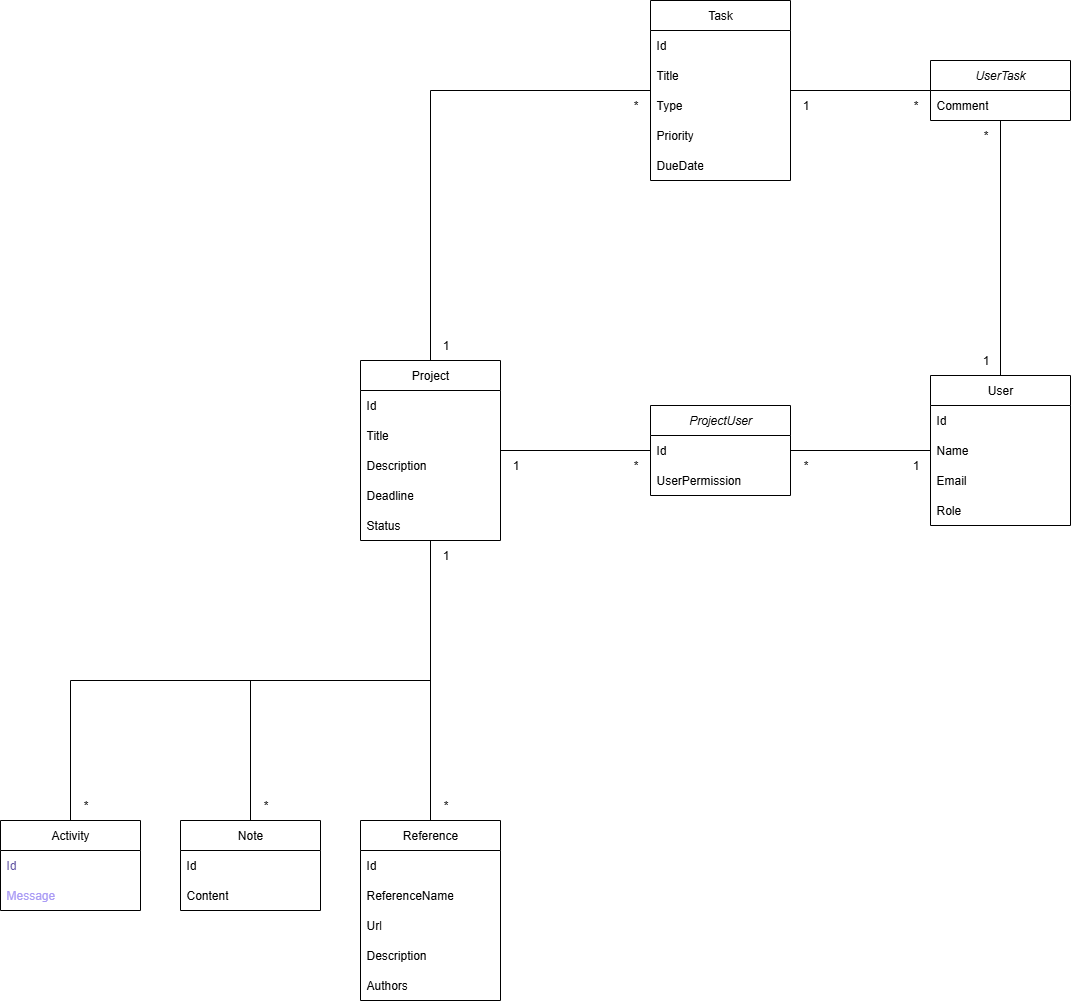
ThanhVinhTong/project-nexus keeps this draw.io diagram as backend/project-nexus-db.drawio.png. Above is the earlier version. Source tidied: cells renumbered, new cells last; positions are measured from the earlier drawing's top-left corner, leaving out a move shared by most shapes. The source it was exported from:
```xml
<mxGraphModel>
  <root>
    <mxCell id="0" />
    <mxCell id="1" parent="0" />
    <mxCell id="2" style="edgeStyle=orthogonalEdgeStyle;rounded=0;jettySize=auto;html=1;exitX=0.5;exitY=0;exitDx=0;exitDy=0;endArrow=none;endFill=0;" parent="1" edge="1" source="13" target="31">
      <mxGeometry relative="1" as="geometry" />
    </mxCell>
    <mxCell id="3" style="edgeStyle=orthogonalEdgeStyle;rounded=0;jettySize=auto;html=1;endArrow=none;endFill=0;exitX=0.5;exitY=0;exitDx=0;exitDy=0;" parent="1" edge="1" source="18" target="31">
      <mxGeometry relative="1" as="geometry" />
    </mxCell>
    <mxCell id="4" style="edgeStyle=orthogonalEdgeStyle;rounded=0;jettySize=auto;html=1;exitX=0.5;exitY=0;exitDx=0;exitDy=0;endArrow=none;endFill=0;" parent="1" edge="1" source="23" target="31">
      <mxGeometry relative="1" as="geometry" />
    </mxCell>
    <mxCell id="5" style="edgeStyle=orthogonalEdgeStyle;rounded=0;jettySize=auto;html=1;entryX=1;entryY=0.5;entryDx=0;entryDy=0;endArrow=none;endFill=0;" parent="1" edge="1" source="7" target="38">
      <mxGeometry relative="1" as="geometry" />
    </mxCell>
    <mxCell id="6" style="edgeStyle=orthogonalEdgeStyle;rounded=0;jettySize=auto;html=1;endArrow=none;endFill=0;" parent="1" edge="1" source="7" target="46">
      <mxGeometry relative="1" as="geometry" />
    </mxCell>
    <mxCell id="7" value="User" style="swimlane;fontStyle=0;horizontal=1;startSize=30;whiteSpace=wrap;html=1;" parent="1" vertex="1">
      <mxGeometry x="930" y="375" width="140" height="150" as="geometry" />
    </mxCell>
    <mxCell id="8" value="Id" style="text;strokeColor=none;fillColor=none;align=left;verticalAlign=middle;spacingLeft=4;spacingRight=4;overflow=hidden;whiteSpace=wrap;html=1;" parent="7" vertex="1">
      <mxGeometry y="30" width="140" height="30" as="geometry" />
    </mxCell>
    <mxCell id="9" value="Name" style="text;strokeColor=none;fillColor=none;align=left;verticalAlign=middle;spacingLeft=4;spacingRight=4;overflow=hidden;whiteSpace=wrap;html=1;" parent="7" vertex="1">
      <mxGeometry y="60" width="140" height="30" as="geometry" />
    </mxCell>
    <mxCell id="10" value="Email" style="text;strokeColor=none;fillColor=none;align=left;verticalAlign=middle;spacingLeft=4;spacingRight=4;overflow=hidden;whiteSpace=wrap;html=1;" parent="7" vertex="1">
      <mxGeometry y="90" width="140" height="30" as="geometry" />
    </mxCell>
    <mxCell id="11" value="Role" style="text;strokeColor=none;fillColor=none;align=left;verticalAlign=middle;spacingLeft=4;spacingRight=4;overflow=hidden;whiteSpace=wrap;html=1;" parent="7" vertex="1">
      <mxGeometry y="120" width="140" height="30" as="geometry" />
    </mxCell>
    <mxCell id="12" style="group;" parent="1" vertex="1">
      <mxGeometry y="790" width="140" height="120" as="geometry" />
    </mxCell>
    <mxCell id="13" value="Activity" style="swimlane;fontStyle=0;horizontal=1;startSize=30;whiteSpace=wrap;html=1;" parent="12" vertex="1">
      <mxGeometry y="30" width="140" height="90" as="geometry" />
    </mxCell>
    <mxCell id="14" value="&lt;div style=&quot;line-height: 19px; white-space: pre;&quot;&gt;&lt;font face=&quot;Helvetica&quot; style=&quot;color: light-dark(rgb(100, 87, 165), rgb(255, 255, 255));&quot;&gt;Id&lt;/font&gt;&lt;/div&gt;" style="text;strokeColor=none;fillColor=none;align=left;verticalAlign=middle;spacingLeft=4;spacingRight=4;overflow=hidden;whiteSpace=wrap;html=1;" parent="13" vertex="1">
      <mxGeometry y="30" width="140" height="30" as="geometry" />
    </mxCell>
    <mxCell id="15" value="&lt;div style=&quot;line-height: 19px; white-space: pre;&quot;&gt;&lt;font style=&quot;color: light-dark(rgb(170, 155, 245), rgb(255, 255, 255));&quot;&gt;Message&lt;/font&gt;&lt;/div&gt;" style="text;strokeColor=none;fillColor=none;align=left;verticalAlign=middle;spacingLeft=4;spacingRight=4;overflow=hidden;whiteSpace=wrap;html=1;" parent="13" vertex="1">
      <mxGeometry y="60" width="140" height="30" as="geometry" />
    </mxCell>
    <mxCell id="16" value="*" style="text;html=1;align=center;verticalAlign=middle;strokeColor=none;fillColor=none;" parent="12" vertex="1">
      <mxGeometry x="70" width="30" height="30" as="geometry" />
    </mxCell>
    <mxCell id="17" style="group;" parent="1" vertex="1">
      <mxGeometry x="180" y="790" width="140" height="120" as="geometry" />
    </mxCell>
    <mxCell id="18" value="Note" style="swimlane;fontStyle=0;horizontal=1;startSize=30;whiteSpace=wrap;html=1;" parent="17" vertex="1">
      <mxGeometry y="30" width="140" height="90" as="geometry" />
    </mxCell>
    <mxCell id="19" value="Id" style="text;strokeColor=none;fillColor=none;align=left;verticalAlign=middle;spacingLeft=4;spacingRight=4;overflow=hidden;whiteSpace=wrap;html=1;" parent="18" vertex="1">
      <mxGeometry y="30" width="140" height="30" as="geometry" />
    </mxCell>
    <mxCell id="20" value="Content" style="text;strokeColor=none;fillColor=none;align=left;verticalAlign=middle;spacingLeft=4;spacingRight=4;overflow=hidden;whiteSpace=wrap;html=1;" parent="18" vertex="1">
      <mxGeometry y="60" width="140" height="30" as="geometry" />
    </mxCell>
    <mxCell id="21" value="*" style="text;html=1;align=center;verticalAlign=middle;strokeColor=none;fillColor=none;" parent="17" vertex="1">
      <mxGeometry x="70" width="30" height="30" as="geometry" />
    </mxCell>
    <mxCell id="22" style="group;" parent="1" vertex="1">
      <mxGeometry x="360" y="790" width="140" height="210" as="geometry" />
    </mxCell>
    <mxCell id="23" value="Reference" style="swimlane;fontStyle=0;horizontal=1;startSize=30;whiteSpace=wrap;html=1;" parent="22" vertex="1">
      <mxGeometry y="30" width="140" height="180" as="geometry" />
    </mxCell>
    <mxCell id="24" value="Id" style="text;strokeColor=none;fillColor=none;align=left;verticalAlign=middle;spacingLeft=4;spacingRight=4;overflow=hidden;whiteSpace=wrap;html=1;" parent="23" vertex="1">
      <mxGeometry y="30" width="140" height="30" as="geometry" />
    </mxCell>
    <mxCell id="25" value="ReferenceName" style="text;strokeColor=none;fillColor=none;align=left;verticalAlign=middle;spacingLeft=4;spacingRight=4;overflow=hidden;whiteSpace=wrap;html=1;" parent="23" vertex="1">
      <mxGeometry y="60" width="140" height="30" as="geometry" />
    </mxCell>
    <mxCell id="26" value="Url" style="text;strokeColor=none;fillColor=none;align=left;verticalAlign=middle;spacingLeft=4;spacingRight=4;overflow=hidden;whiteSpace=wrap;html=1;" parent="23" vertex="1">
      <mxGeometry y="90" width="140" height="30" as="geometry" />
    </mxCell>
    <mxCell id="27" value="Description" style="text;strokeColor=none;fillColor=none;align=left;verticalAlign=middle;spacingLeft=4;spacingRight=4;overflow=hidden;whiteSpace=wrap;html=1;" parent="23" vertex="1">
      <mxGeometry y="120" width="140" height="30" as="geometry" />
    </mxCell>
    <mxCell id="28" value="Authors" style="text;strokeColor=none;fillColor=none;align=left;verticalAlign=middle;spacingLeft=4;spacingRight=4;overflow=hidden;whiteSpace=wrap;html=1;" parent="23" vertex="1">
      <mxGeometry y="150" width="140" height="30" as="geometry" />
    </mxCell>
    <mxCell id="29" value="*" style="text;html=1;align=center;verticalAlign=middle;strokeColor=none;fillColor=none;" parent="22" vertex="1">
      <mxGeometry x="70" width="30" height="30" as="geometry" />
    </mxCell>
    <mxCell id="30" style="group;" parent="1" vertex="1">
      <mxGeometry x="360" y="360" width="140" height="210" as="geometry" />
    </mxCell>
    <mxCell id="31" value="Project" style="swimlane;fontStyle=0;horizontal=1;startSize=30;whiteSpace=wrap;html=1;" parent="30" vertex="1">
      <mxGeometry width="140" height="180" as="geometry" />
    </mxCell>
    <mxCell id="32" value="Id" style="text;strokeColor=none;fillColor=none;align=left;verticalAlign=middle;spacingLeft=4;spacingRight=4;overflow=hidden;whiteSpace=wrap;html=1;" parent="31" vertex="1">
      <mxGeometry y="30" width="140" height="30" as="geometry" />
    </mxCell>
    <mxCell id="33" value="Title" style="text;strokeColor=none;fillColor=none;align=left;verticalAlign=middle;spacingLeft=4;spacingRight=4;overflow=hidden;whiteSpace=wrap;html=1;" parent="31" vertex="1">
      <mxGeometry y="60" width="140" height="30" as="geometry" />
    </mxCell>
    <mxCell id="34" value="Description" style="text;strokeColor=none;fillColor=none;align=left;verticalAlign=middle;spacingLeft=4;spacingRight=4;overflow=hidden;whiteSpace=wrap;html=1;" parent="31" vertex="1">
      <mxGeometry y="90" width="140" height="30" as="geometry" />
    </mxCell>
    <mxCell id="35" value="Deadline" style="text;strokeColor=none;fillColor=none;align=left;verticalAlign=middle;spacingLeft=4;spacingRight=4;overflow=hidden;whiteSpace=wrap;html=1;" parent="31" vertex="1">
      <mxGeometry y="120" width="140" height="30" as="geometry" />
    </mxCell>
    <mxCell id="36" value="Status" style="text;strokeColor=none;fillColor=none;align=left;verticalAlign=middle;spacingLeft=4;spacingRight=4;overflow=hidden;whiteSpace=wrap;html=1;" parent="31" vertex="1">
      <mxGeometry y="150" width="140" height="30" as="geometry" />
    </mxCell>
    <mxCell id="37" value="1" style="text;html=1;align=center;verticalAlign=middle;strokeColor=none;fillColor=none;" parent="30" vertex="1">
      <mxGeometry x="70" y="180" width="30" height="30" as="geometry" />
    </mxCell>
    <mxCell id="38" value="&lt;i&gt;ProjectUser&lt;/i&gt;" style="swimlane;fontStyle=0;horizontal=1;startSize=30;whiteSpace=wrap;html=1;" parent="1" vertex="1">
      <mxGeometry x="650" y="405" width="140" height="90" as="geometry" />
    </mxCell>
    <mxCell id="39" value="Id" style="text;strokeColor=none;fillColor=none;align=left;verticalAlign=middle;spacingLeft=4;spacingRight=4;overflow=hidden;whiteSpace=wrap;html=1;" parent="38" vertex="1">
      <mxGeometry y="30" width="140" height="30" as="geometry" />
    </mxCell>
    <mxCell id="40" value="UserPermission" style="text;strokeColor=none;fillColor=none;align=left;verticalAlign=middle;spacingLeft=4;spacingRight=4;overflow=hidden;whiteSpace=wrap;html=1;" parent="38" vertex="1">
      <mxGeometry y="60" width="140" height="30" as="geometry" />
    </mxCell>
    <mxCell id="41" style="edgeStyle=orthogonalEdgeStyle;rounded=0;jettySize=auto;html=1;entryX=0;entryY=0.5;entryDx=0;entryDy=0;endArrow=none;endFill=0;" parent="1" edge="1" source="31" target="38">
      <mxGeometry relative="1" as="geometry" />
    </mxCell>
    <mxCell id="42" value="1" style="text;html=1;align=center;verticalAlign=middle;strokeColor=none;fillColor=none;" parent="1" vertex="1">
      <mxGeometry x="500" y="450" width="30" height="30" as="geometry" />
    </mxCell>
    <mxCell id="43" value="1" style="text;html=1;align=center;verticalAlign=middle;strokeColor=none;fillColor=none;" parent="1" vertex="1">
      <mxGeometry x="900" y="450" width="30" height="30" as="geometry" />
    </mxCell>
    <mxCell id="44" value="*" style="text;html=1;align=center;verticalAlign=middle;strokeColor=none;fillColor=none;" parent="1" vertex="1">
      <mxGeometry x="790" y="450" width="30" height="30" as="geometry" />
    </mxCell>
    <mxCell id="45" value="*" style="text;html=1;align=center;verticalAlign=middle;strokeColor=none;fillColor=none;" parent="1" vertex="1">
      <mxGeometry x="620" y="450" width="30" height="30" as="geometry" />
    </mxCell>
    <mxCell id="46" value="&lt;i&gt;UserTask&lt;/i&gt;" style="swimlane;fontStyle=0;horizontal=1;startSize=30;whiteSpace=wrap;html=1;" parent="1" vertex="1">
      <mxGeometry x="930" y="60" width="140" height="60" as="geometry" />
    </mxCell>
    <mxCell id="47" value="Comment" style="text;strokeColor=none;fillColor=none;align=left;verticalAlign=middle;spacingLeft=4;spacingRight=4;overflow=hidden;whiteSpace=wrap;html=1;" parent="46" vertex="1">
      <mxGeometry y="30" width="140" height="30" as="geometry" />
    </mxCell>
    <mxCell id="48" style="edgeStyle=orthogonalEdgeStyle;rounded=0;jettySize=auto;html=1;endArrow=none;endFill=0;" parent="1" edge="1" source="50" target="46">
      <mxGeometry relative="1" as="geometry" />
    </mxCell>
    <mxCell id="49" style="edgeStyle=orthogonalEdgeStyle;rounded=0;jettySize=auto;html=1;endArrow=none;endFill=0;" parent="1" edge="1" source="50" target="31">
      <mxGeometry relative="1" as="geometry" />
    </mxCell>
    <mxCell id="50" value="Task" style="swimlane;fontStyle=0;horizontal=1;startSize=30;whiteSpace=wrap;html=1;" parent="1" vertex="1">
      <mxGeometry x="650" width="140" height="180" as="geometry" />
    </mxCell>
    <mxCell id="51" value="Id" style="text;strokeColor=none;fillColor=none;align=left;verticalAlign=middle;spacingLeft=4;spacingRight=4;overflow=hidden;whiteSpace=wrap;html=1;" parent="50" vertex="1">
      <mxGeometry y="30" width="140" height="30" as="geometry" />
    </mxCell>
    <mxCell id="52" value="Title" style="text;strokeColor=none;fillColor=none;align=left;verticalAlign=middle;spacingLeft=4;spacingRight=4;overflow=hidden;whiteSpace=wrap;html=1;" parent="50" vertex="1">
      <mxGeometry y="60" width="140" height="30" as="geometry" />
    </mxCell>
    <mxCell id="53" value="Type" style="text;strokeColor=none;fillColor=none;align=left;verticalAlign=middle;spacingLeft=4;spacingRight=4;overflow=hidden;whiteSpace=wrap;html=1;" parent="50" vertex="1">
      <mxGeometry y="90" width="140" height="30" as="geometry" />
    </mxCell>
    <mxCell id="54" value="Priority" style="text;strokeColor=none;fillColor=none;align=left;verticalAlign=middle;spacingLeft=4;spacingRight=4;overflow=hidden;whiteSpace=wrap;html=1;" parent="50" vertex="1">
      <mxGeometry y="120" width="140" height="30" as="geometry" />
    </mxCell>
    <mxCell id="55" value="DueDate" style="text;strokeColor=none;fillColor=none;align=left;verticalAlign=middle;spacingLeft=4;spacingRight=4;overflow=hidden;whiteSpace=wrap;html=1;" parent="50" vertex="1">
      <mxGeometry y="150" width="140" height="30" as="geometry" />
    </mxCell>
    <mxCell id="56" value="1" style="text;html=1;align=center;verticalAlign=middle;strokeColor=none;fillColor=none;" parent="1" vertex="1">
      <mxGeometry x="430" y="330" width="30" height="30" as="geometry" />
    </mxCell>
    <mxCell id="57" value="*" style="text;html=1;align=center;verticalAlign=middle;strokeColor=none;fillColor=none;" parent="1" vertex="1">
      <mxGeometry x="620" y="90" width="30" height="30" as="geometry" />
    </mxCell>
    <mxCell id="58" value="*" style="text;html=1;align=center;verticalAlign=middle;strokeColor=none;fillColor=none;" parent="1" vertex="1">
      <mxGeometry x="900" y="90" width="30" height="30" as="geometry" />
    </mxCell>
    <mxCell id="59" value="1" style="text;html=1;align=center;verticalAlign=middle;strokeColor=none;fillColor=none;" parent="1" vertex="1">
      <mxGeometry x="790" y="90" width="30" height="30" as="geometry" />
    </mxCell>
    <mxCell id="60" value="*" style="text;html=1;align=center;verticalAlign=middle;strokeColor=none;fillColor=none;" parent="1" vertex="1">
      <mxGeometry x="970" y="120" width="30" height="30" as="geometry" />
    </mxCell>
    <mxCell id="61" value="1" style="text;html=1;align=center;verticalAlign=middle;strokeColor=none;fillColor=none;" parent="1" vertex="1">
      <mxGeometry x="970" y="345" width="30" height="30" as="geometry" />
    </mxCell>
  </root>
</mxGraphModel>
```
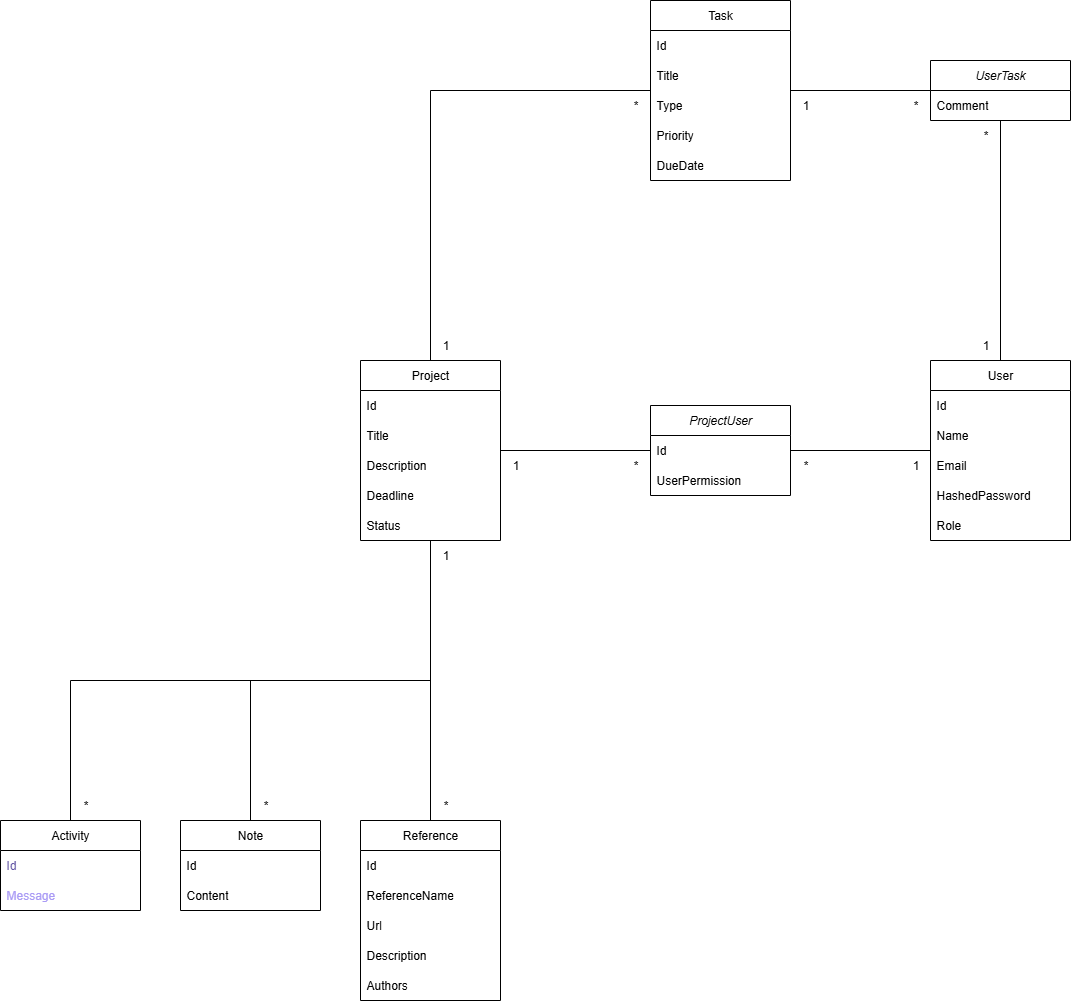
The same file after the commit.

Change to the diagram source:
```diff
@@ -18,7 +18,7 @@
       <mxGeometry relative="1" as="geometry" />
     </mxCell>
     <mxCell id="7" value="User" style="swimlane;fontStyle=0;horizontal=1;startSize=30;whiteSpace=wrap;html=1;" parent="1" vertex="1">
-      <mxGeometry x="930" y="375" width="140" height="150" as="geometry" />
+      <mxGeometry x="930" y="360" width="140" height="180" as="geometry" />
     </mxCell>
     <mxCell id="8" value="Id" style="text;strokeColor=none;fillColor=none;align=left;verticalAlign=middle;spacingLeft=4;spacingRight=4;overflow=hidden;whiteSpace=wrap;html=1;" parent="7" vertex="1">
       <mxGeometry y="30" width="140" height="30" as="geometry" />
@@ -29,9 +29,12 @@
     <mxCell id="10" value="Email" style="text;strokeColor=none;fillColor=none;align=left;verticalAlign=middle;spacingLeft=4;spacingRight=4;overflow=hidden;whiteSpace=wrap;html=1;" parent="7" vertex="1">
       <mxGeometry y="90" width="140" height="30" as="geometry" />
     </mxCell>
-    <mxCell id="11" value="Role" style="text;strokeColor=none;fillColor=none;align=left;verticalAlign=middle;spacingLeft=4;spacingRight=4;overflow=hidden;whiteSpace=wrap;html=1;" parent="7" vertex="1">
+    <mxCell id="11" value="HashedPassword" style="text;strokeColor=none;fillColor=none;align=left;verticalAlign=middle;spacingLeft=4;spacingRight=4;overflow=hidden;whiteSpace=wrap;html=1;" parent="7" vertex="1">
       <mxGeometry y="120" width="140" height="30" as="geometry" />
     </mxCell>
+    <mxCell id="62" value="Role" style="text;strokeColor=none;fillColor=none;align=left;verticalAlign=middle;spacingLeft=4;spacingRight=4;overflow=hidden;whiteSpace=wrap;html=1;" parent="7" vertex="1">
+      <mxGeometry y="150" width="140" height="30" as="geometry" />
+    </mxCell>
     <mxCell id="12" style="group;" parent="1" vertex="1">
       <mxGeometry y="790" width="140" height="120" as="geometry" />
     </mxCell>
@@ -180,7 +183,7 @@
       <mxGeometry x="970" y="120" width="30" height="30" as="geometry" />
     </mxCell>
     <mxCell id="61" value="1" style="text;html=1;align=center;verticalAlign=middle;strokeColor=none;fillColor=none;" parent="1" vertex="1">
-      <mxGeometry x="970" y="345" width="30" height="30" as="geometry" />
+      <mxGeometry x="970" y="330" width="30" height="30" as="geometry" />
     </mxCell>
   </root>
 </mxGraphModel>
```
